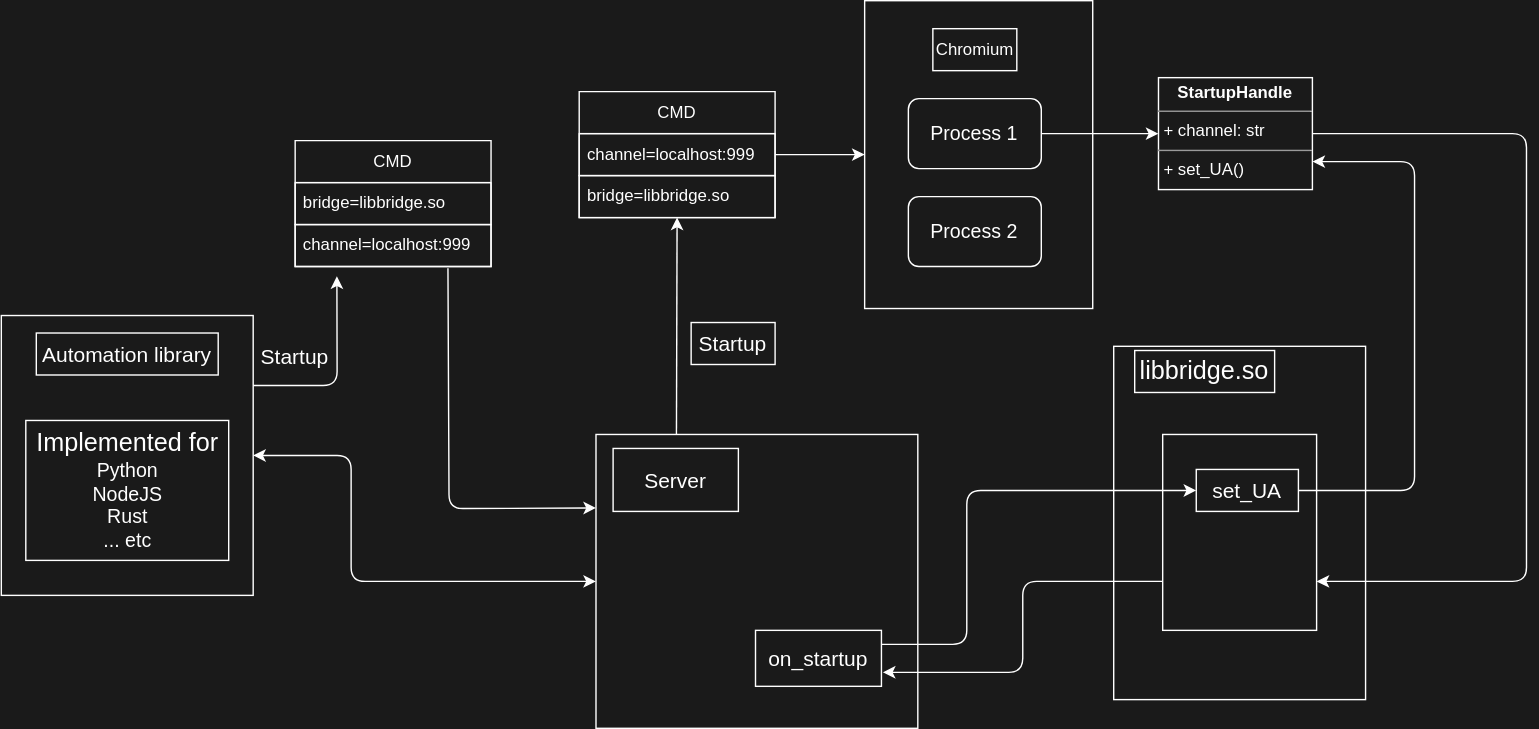
The draw.io diagram chrx/bridge.drawio.svg in chrxer/chrx-design, before a commit. Source tidied: cells renumbered, new cells last; positions are measured from the earlier drawing's top-left corner, leaving out a move shared by most shapes.
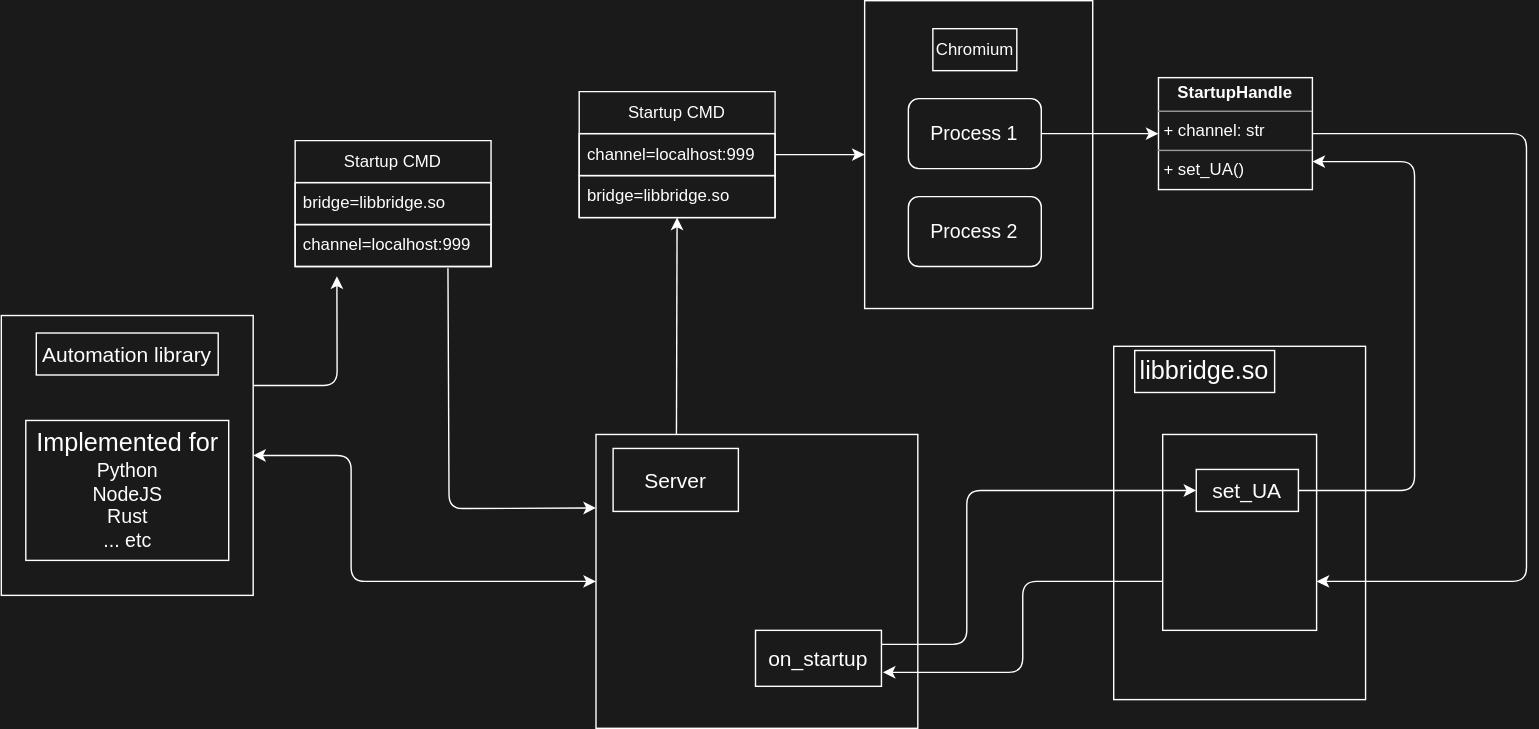
After the change.

The edit, as a diff of the source:
```diff
@@ -5,7 +5,7 @@
     <mxCell id="2" style="rounded=0;whiteSpace=wrap;html=1;fillColor=none;strokeColor=#FFFFFF;fontColor=#FFFFFF;" parent="1" vertex="1">
       <mxGeometry x="617" width="163" height="220" as="geometry" />
     </mxCell>
-    <mxCell id="3" value="CMD" style="swimlane;fontStyle=0;horizontal=1;startSize=30;whiteSpace=wrap;html=1;fillColor=none;strokeColor=#FFFFFF;fontColor=#FFFFFF;" parent="1" vertex="1">
+    <mxCell id="3" value="Startup CMD" style="swimlane;fontStyle=0;horizontal=1;startSize=30;whiteSpace=wrap;html=1;fillColor=none;strokeColor=#FFFFFF;fontColor=#FFFFFF;" parent="1" vertex="1">
       <mxGeometry x="413" y="65" width="140" height="90" as="geometry" />
     </mxCell>
     <mxCell id="4" value="channel=localhost:999" style="text;strokeColor=#FFFFFF;fillColor=none;align=left;verticalAlign=middle;spacingLeft=4;spacingRight=4;overflow=hidden;points=[[0,0.5],[1,0.5]];portConstraint=eastwest;whiteSpace=wrap;html=1;fontColor=#FFFFFF;" parent="3" vertex="1">
@@ -46,7 +46,7 @@
     <mxCell id="14" value="&lt;font style=&quot;font-size: 18px;&quot;&gt;libbridge.so&lt;/font&gt;" style="text;html=1;strokeColor=#FFFFFF;fillColor=none;align=center;verticalAlign=middle;whiteSpace=wrap;rounded=0;fontSize=18;fontColor=#FFFFFF;" parent="1" vertex="1">
       <mxGeometry x="810" y="250" width="100" height="30" as="geometry" />
     </mxCell>
-    <mxCell id="15" value="CMD" style="swimlane;fontStyle=0;horizontal=1;startSize=30;whiteSpace=wrap;html=1;fillColor=none;strokeColor=#FFFFFF;fontColor=#FFFFFF;" parent="1" vertex="1">
+    <mxCell id="15" value="Startup CMD" style="swimlane;fontStyle=0;horizontal=1;startSize=30;whiteSpace=wrap;html=1;fillColor=none;strokeColor=#FFFFFF;fontColor=#FFFFFF;" parent="1" vertex="1">
       <mxGeometry x="210" y="100" width="140" height="90" as="geometry" />
     </mxCell>
     <mxCell id="16" value="bridge=libbridge.so" style="text;strokeColor=#FFFFFF;fillColor=none;align=left;verticalAlign=middle;spacingLeft=4;spacingRight=4;overflow=hidden;whiteSpace=wrap;html=1;fontColor=#FFFFFF;" parent="15" vertex="1">
@@ -55,9 +55,6 @@
     <mxCell id="17" value="channel=localhost:999" style="text;strokeColor=#FFFFFF;fillColor=none;align=left;verticalAlign=middle;spacingLeft=4;spacingRight=4;overflow=hidden;points=[[0,0.5],[1,0.5]];portConstraint=eastwest;whiteSpace=wrap;html=1;fontColor=#FFFFFF;" parent="15" vertex="1">
       <mxGeometry y="60" width="140" height="30" as="geometry" />
     </mxCell>
-    <mxCell id="18" value="Startup" style="text;html=1;strokeColor=#FFFFFF;fillColor=none;align=center;verticalAlign=middle;whiteSpace=wrap;rounded=0;fontSize=15;fontColor=#FFFFFF;" parent="1" vertex="1">
-      <mxGeometry x="493" y="230" width="60" height="30" as="geometry" />
-    </mxCell>
     <mxCell id="19" style="edgeStyle=none;html=1;exitX=0.25;exitY=0;exitDx=0;exitDy=0;fontSize=15;strokeColor=#FFFFFF;fontColor=#FFFFFF;" parent="1" edge="1" source="20" target="5">
       <mxGeometry relative="1" as="geometry" />
     </mxCell>
@@ -114,9 +111,6 @@
     <mxCell id="30" value="set_UA" style="rounded=0;whiteSpace=wrap;html=1;fontSize=15;fillColor=none;strokeColor=#FFFFFF;fontColor=#FFFFFF;" parent="1" vertex="1">
       <mxGeometry x="854" y="335" width="73" height="30" as="geometry" />
     </mxCell>
-    <mxCell id="31" value="Startup" style="text;html=1;strokeColor=none;fillColor=none;align=center;verticalAlign=middle;whiteSpace=wrap;rounded=0;fontSize=15;fontColor=#FFFFFF;" parent="1" vertex="1">
-      <mxGeometry x="180" y="237.5" width="60" height="32.5" as="geometry" />
-    </mxCell>
     <mxCell id="32" style="endArrow=classic;startArrow=classic;html=1;fontSize=15;exitX=1;exitY=0.5;exitDx=0;exitDy=0;entryX=0;entryY=0.5;entryDx=0;entryDy=0;strokeColor=#FFFFFF;fontColor=#FFFFFF;" parent="1" edge="1" source="27" target="20">
       <mxGeometry relative="1" as="geometry">
         <Array as="points">
```
